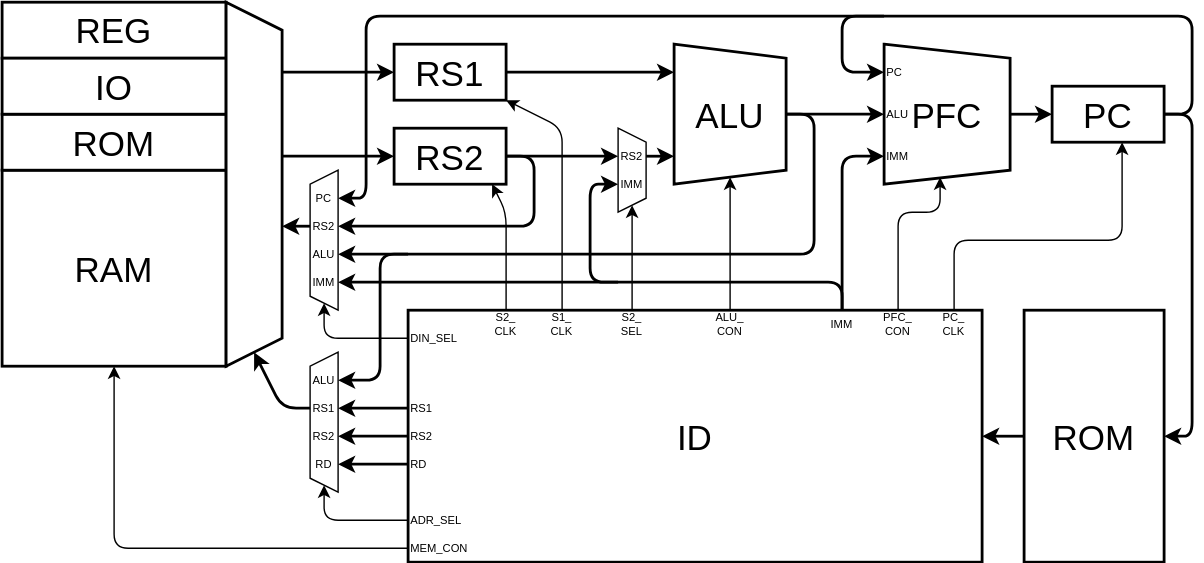
Above: Lab/Computer/Micon/01_CPU/img/arch.dio.svg in amane-uehara/kanade-k-1228.github.io (draw.io), before the change. Source tidied: cells renumbered, new cells last; positions are measured from the earlier drawing's top-left corner, leaving out a move shared by most shapes.
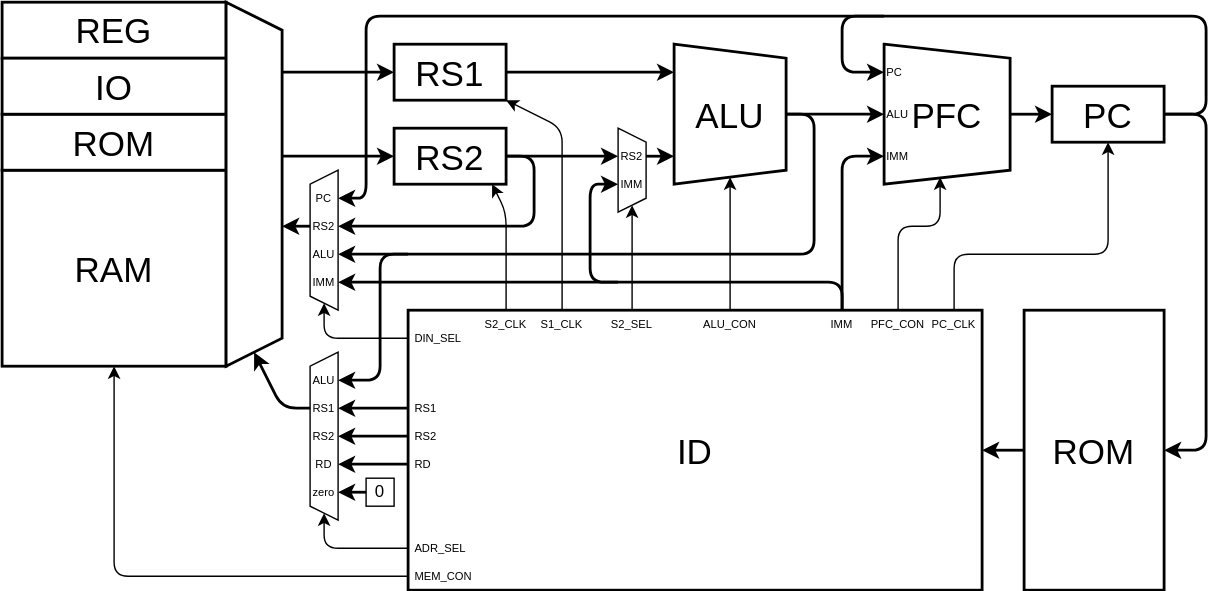
Later version of the same file.

What changed in the source:
```diff
@@ -6,16 +6,16 @@
       <mxGeometry x="750" y="60" width="80" height="40" as="geometry" />
     </mxCell>
     <mxCell id="3" style="shape=trapezoid;perimeter=trapezoidPerimeter;whiteSpace=wrap;html=1;fixedSize=1;fontSize=25;direction=north;size=9.999999999999943;" parent="1" vertex="1">
-      <mxGeometry x="220" y="250" width="20" height="100" as="geometry" />
+      <mxGeometry x="220" y="250" width="20" height="120" as="geometry" />
     </mxCell>
     <mxCell id="4" value="ROM" style="rounded=0;whiteSpace=wrap;html=1;fontSize=25;strokeWidth=2;" parent="1" vertex="1">
-      <mxGeometry x="730" y="220" width="100" height="180" as="geometry" />
+      <mxGeometry x="730" y="220" width="100" height="200" as="geometry" />
     </mxCell>
     <mxCell id="5" value="RAM" style="rounded=0;whiteSpace=wrap;html=1;fontSize=25;strokeWidth=2;" parent="1" vertex="1">
       <mxGeometry y="120" width="160" height="140" as="geometry" />
     </mxCell>
     <mxCell id="6" value="ID" style="rounded=0;whiteSpace=wrap;html=1;fontSize=25;strokeWidth=2;" parent="1" vertex="1">
-      <mxGeometry x="290" y="220" width="410" height="180" as="geometry" />
+      <mxGeometry x="290" y="220" width="410" height="200" as="geometry" />
     </mxCell>
     <mxCell id="7" value="REG" style="rounded=0;whiteSpace=wrap;html=1;fontSize=25;strokeWidth=2;" parent="1" vertex="1">
       <mxGeometry width="160" height="40" as="geometry" />
@@ -49,8 +49,8 @@
     </mxCell>
     <mxCell id="13" style="endArrow=classic;html=1;fontSize=25;strokeWidth=2;" parent="1" edge="1">
       <mxGeometry relative="1" as="geometry">
-        <mxPoint x="730" y="310" as="sourcePoint" />
-        <mxPoint x="700" y="310" as="targetPoint" />
+        <mxPoint x="730" y="320" as="sourcePoint" />
+        <mxPoint x="700" y="320" as="targetPoint" />
       </mxGeometry>
     </mxCell>
     <mxCell id="14" style="endArrow=classic;html=1;fontSize=25;strokeWidth=2;" parent="1" edge="1">
@@ -76,10 +76,10 @@
     <mxCell id="16" style="endArrow=classic;html=1;fontSize=25;startArrow=none;startFill=0;strokeWidth=2;" parent="1" edge="1">
       <mxGeometry relative="1" as="geometry">
         <mxPoint x="830" y="80" as="sourcePoint" />
-        <mxPoint x="830" y="310" as="targetPoint" />
+        <mxPoint x="830" y="320" as="targetPoint" />
         <Array as="points">
-          <mxPoint x="850" y="80" />
-          <mxPoint x="850" y="310" />
+          <mxPoint x="860" y="80" />
+          <mxPoint x="860" y="320" />
         </Array>
       </mxGeometry>
     </mxCell>
@@ -117,8 +117,8 @@
         <mxPoint x="830" y="80" as="sourcePoint" />
         <mxPoint x="630" y="50" as="targetPoint" />
         <Array as="points">
-          <mxPoint x="850" y="80" />
-          <mxPoint x="850" y="10" />
+          <mxPoint x="860" y="80" />
+          <mxPoint x="860" y="10" />
           <mxPoint x="600" y="10" />
           <mxPoint x="600" y="50" />
         </Array>
@@ -144,8 +144,8 @@
         <mxPoint x="640" y="220" as="sourcePoint" />
         <mxPoint x="670" y="125" as="targetPoint" />
         <Array as="points">
-          <mxPoint x="640" y="150" />
-          <mxPoint x="670" y="150" />
+          <mxPoint x="640" y="160" />
+          <mxPoint x="670" y="160" />
         </Array>
       </mxGeometry>
     </mxCell>
@@ -158,7 +158,7 @@
     <mxCell id="26" value="IMM" style="text;html=1;strokeColor=none;fillColor=none;align=center;verticalAlign=middle;whiteSpace=wrap;rounded=0;rotation=0;fontSize=8;" parent="1" vertex="1">
       <mxGeometry x="590" y="220" width="20" height="20" as="geometry" />
     </mxCell>
-    <mxCell id="27" value="S2_&lt;br&gt;SEL" style="text;html=1;strokeColor=none;fillColor=none;align=center;verticalAlign=middle;whiteSpace=wrap;rounded=0;rotation=0;fontSize=8;" parent="1" vertex="1">
+    <mxCell id="27" value="S2_SEL" style="text;html=1;strokeColor=none;fillColor=none;align=center;verticalAlign=middle;whiteSpace=wrap;rounded=0;rotation=0;fontSize=8;" parent="1" vertex="1">
       <mxGeometry x="440" y="220" width="20" height="20" as="geometry" />
     </mxCell>
     <mxCell id="28" value="IMM" style="text;html=1;strokeColor=none;fillColor=none;align=left;verticalAlign=middle;whiteSpace=wrap;rounded=0;rotation=0;fontSize=8;" parent="1" vertex="1">
@@ -227,10 +227,10 @@
         </Array>
       </mxGeometry>
     </mxCell>
-    <mxCell id="43" value="S2_&lt;br&gt;CLK" style="text;html=1;strokeColor=none;fillColor=none;align=center;verticalAlign=middle;whiteSpace=wrap;rounded=0;rotation=0;fontSize=8;" parent="1" vertex="1">
+    <mxCell id="43" value="S2_CLK" style="text;html=1;strokeColor=none;fillColor=none;align=center;verticalAlign=middle;whiteSpace=wrap;rounded=0;rotation=0;fontSize=8;" parent="1" vertex="1">
       <mxGeometry x="350" y="220" width="20" height="20" as="geometry" />
     </mxCell>
-    <mxCell id="44" value="S1_&lt;br&gt;CLK" style="text;html=1;strokeColor=none;fillColor=none;align=center;verticalAlign=middle;whiteSpace=wrap;rounded=0;rotation=0;fontSize=8;" parent="1" vertex="1">
+    <mxCell id="44" value="S1_CLK" style="text;html=1;strokeColor=none;fillColor=none;align=center;verticalAlign=middle;whiteSpace=wrap;rounded=0;rotation=0;fontSize=8;" parent="1" vertex="1">
       <mxGeometry x="390" y="220" width="20" height="20" as="geometry" />
     </mxCell>
     <mxCell id="45" style="endArrow=classic;html=1;fontSize=25;startArrow=none;startFill=0;" parent="1" edge="1">
@@ -239,23 +239,23 @@
         <mxPoint x="520" y="125" as="targetPoint" />
       </mxGeometry>
     </mxCell>
-    <mxCell id="46" value="ALU_&lt;br&gt;CON" style="text;html=1;strokeColor=none;fillColor=none;align=center;verticalAlign=middle;whiteSpace=wrap;rounded=0;rotation=0;fontSize=8;" parent="1" vertex="1">
+    <mxCell id="46" value="ALU_CON" style="text;html=1;strokeColor=none;fillColor=none;align=center;verticalAlign=middle;whiteSpace=wrap;rounded=0;rotation=0;fontSize=8;" parent="1" vertex="1">
       <mxGeometry x="510" y="220" width="20" height="20" as="geometry" />
     </mxCell>
-    <mxCell id="47" value="PFC_&lt;br&gt;CON" style="text;html=1;strokeColor=none;fillColor=none;align=center;verticalAlign=middle;whiteSpace=wrap;rounded=0;rotation=0;fontSize=8;" parent="1" vertex="1">
+    <mxCell id="47" value="PFC_CON" style="text;html=1;strokeColor=none;fillColor=none;align=center;verticalAlign=middle;whiteSpace=wrap;rounded=0;rotation=0;fontSize=8;" parent="1" vertex="1">
       <mxGeometry x="630" y="220" width="20" height="20" as="geometry" />
     </mxCell>
     <mxCell id="48" style="endArrow=classic;html=1;fontSize=25;startArrow=none;startFill=0;" parent="1" edge="1">
       <mxGeometry relative="1" as="geometry">
         <mxPoint x="680" y="220" as="sourcePoint" />
-        <mxPoint x="800" y="100" as="targetPoint" />
+        <mxPoint x="790" y="100" as="targetPoint" />
         <Array as="points">
-          <mxPoint x="680" y="170" />
-          <mxPoint x="800" y="170" />
+          <mxPoint x="680" y="180" />
+          <mxPoint x="790" y="180" />
         </Array>
       </mxGeometry>
     </mxCell>
-    <mxCell id="49" value="PC_&lt;br&gt;CLK" style="text;html=1;strokeColor=none;fillColor=none;align=center;verticalAlign=middle;whiteSpace=wrap;rounded=0;rotation=0;fontSize=8;" parent="1" vertex="1">
+    <mxCell id="49" value="PC_CLK" style="text;html=1;strokeColor=none;fillColor=none;align=center;verticalAlign=middle;whiteSpace=wrap;rounded=0;rotation=0;fontSize=8;" parent="1" vertex="1">
       <mxGeometry x="670" y="220" width="20" height="20" as="geometry" />
     </mxCell>
     <mxCell id="50" value="ALU" style="text;html=1;strokeColor=none;fillColor=none;align=center;verticalAlign=middle;whiteSpace=wrap;rounded=0;rotation=0;fontSize=8;" parent="1" vertex="1">
@@ -263,10 +263,10 @@
     </mxCell>
     <mxCell id="51" style="endArrow=classic;html=1;fontSize=25;startArrow=none;startFill=0;" parent="1" edge="1">
       <mxGeometry relative="1" as="geometry">
-        <mxPoint x="290" y="370" as="sourcePoint" />
-        <mxPoint x="230" y="345" as="targetPoint" />
+        <mxPoint x="290" y="390" as="sourcePoint" />
+        <mxPoint x="230" y="365" as="targetPoint" />
         <Array as="points">
-          <mxPoint x="230" y="370" />
+          <mxPoint x="230" y="390" />
         </Array>
       </mxGeometry>
     </mxCell>
@@ -280,22 +280,22 @@
       <mxGeometry x="220" y="280" width="20" height="20" as="geometry" />
     </mxCell>
     <mxCell id="54" value="RS1" style="text;html=1;strokeColor=none;fillColor=none;align=left;verticalAlign=middle;whiteSpace=wrap;rounded=0;rotation=0;fontSize=8;" parent="1" vertex="1">
-      <mxGeometry x="290" y="280" width="20" height="20" as="geometry" />
+      <mxGeometry x="293" y="280" width="20" height="20" as="geometry" />
     </mxCell>
     <mxCell id="55" value="ADR_SEL" style="text;html=1;strokeColor=none;fillColor=none;align=left;verticalAlign=middle;whiteSpace=wrap;rounded=0;rotation=0;fontSize=8;" parent="1" vertex="1">
-      <mxGeometry x="290" y="360" width="20" height="20" as="geometry" />
+      <mxGeometry x="293" y="380" width="20" height="20" as="geometry" />
     </mxCell>
     <mxCell id="56" style="endArrow=classic;html=1;fontSize=25;startArrow=none;startFill=0;" parent="1" edge="1">
       <mxGeometry relative="1" as="geometry">
-        <mxPoint x="290" y="390" as="sourcePoint" />
+        <mxPoint x="290" y="410" as="sourcePoint" />
         <mxPoint x="80" y="260" as="targetPoint" />
         <Array as="points">
-          <mxPoint x="80" y="390" />
+          <mxPoint x="80" y="410" />
         </Array>
       </mxGeometry>
     </mxCell>
     <mxCell id="57" value="MEM_CON" style="text;html=1;strokeColor=none;fillColor=none;align=left;verticalAlign=middle;whiteSpace=wrap;rounded=0;rotation=0;fontSize=8;" parent="1" vertex="1">
-      <mxGeometry x="290" y="380" width="20" height="20" as="geometry" />
+      <mxGeometry x="293" y="400" width="20" height="20" as="geometry" />
     </mxCell>
     <mxCell id="58" style="shape=trapezoid;perimeter=trapezoidPerimeter;whiteSpace=wrap;html=1;fixedSize=1;fontSize=25;direction=north;size=9.999999999999943;" parent="1" vertex="1">
       <mxGeometry x="220" y="120" width="20" height="100" as="geometry" />
@@ -326,7 +326,7 @@
       </mxGeometry>
     </mxCell>
     <mxCell id="62" value="DIN_SEL" style="text;html=1;strokeColor=none;fillColor=none;align=left;verticalAlign=middle;whiteSpace=wrap;rounded=0;rotation=0;fontSize=8;" parent="1" vertex="1">
-      <mxGeometry x="290" y="230" width="20" height="20" as="geometry" />
+      <mxGeometry x="293" y="230" width="20" height="20" as="geometry" />
     </mxCell>
     <mxCell id="63" value="RS2" style="text;html=1;strokeColor=none;fillColor=none;align=center;verticalAlign=middle;whiteSpace=wrap;rounded=0;rotation=0;fontSize=8;" parent="1" vertex="1">
       <mxGeometry x="220" y="150" width="20" height="20" as="geometry" />
@@ -359,7 +359,7 @@
       </mxGeometry>
     </mxCell>
     <mxCell id="70" value="RS2" style="text;html=1;strokeColor=none;fillColor=none;align=left;verticalAlign=middle;whiteSpace=wrap;rounded=0;rotation=0;fontSize=8;" parent="1" vertex="1">
-      <mxGeometry x="290" y="300" width="20" height="20" as="geometry" />
+      <mxGeometry x="293" y="300" width="20" height="20" as="geometry" />
     </mxCell>
     <mxCell id="71" value="RD" style="text;html=1;strokeColor=none;fillColor=none;align=center;verticalAlign=middle;whiteSpace=wrap;rounded=0;rotation=0;fontSize=8;" parent="1" vertex="1">
       <mxGeometry x="220" y="320" width="20" height="20" as="geometry" />
@@ -371,7 +371,19 @@
       </mxGeometry>
     </mxCell>
     <mxCell id="73" value="RD" style="text;html=1;strokeColor=none;fillColor=none;align=left;verticalAlign=middle;whiteSpace=wrap;rounded=0;rotation=0;fontSize=8;" parent="1" vertex="1">
-      <mxGeometry x="290" y="320" width="20" height="20" as="geometry" />
+      <mxGeometry x="293" y="320" width="20" height="20" as="geometry" />
     </mxCell>
+    <mxCell id="74" value="zero" style="text;html=1;strokeColor=none;fillColor=none;align=center;verticalAlign=middle;whiteSpace=wrap;rounded=0;rotation=0;fontSize=8;" parent="1" vertex="1">
+      <mxGeometry x="220" y="340" width="20" height="20" as="geometry" />
+    </mxCell>
+    <mxCell id="75" style="endArrow=classic;html=1;fontSize=25;startArrow=none;startFill=0;strokeWidth=2;" parent="1" edge="1">
+      <mxGeometry relative="1" as="geometry">
+        <mxPoint x="260" y="350" as="sourcePoint" />
+        <mxPoint x="240" y="350" as="targetPoint" />
+      </mxGeometry>
+    </mxCell>
+    <mxCell id="76" value="0" style="rounded=0;whiteSpace=wrap;html=1;" parent="1" vertex="1">
+      <mxGeometry x="260" y="340" width="20" height="20" as="geometry" />
+    </mxCell>
   </root>
 </mxGraphModel>
```
